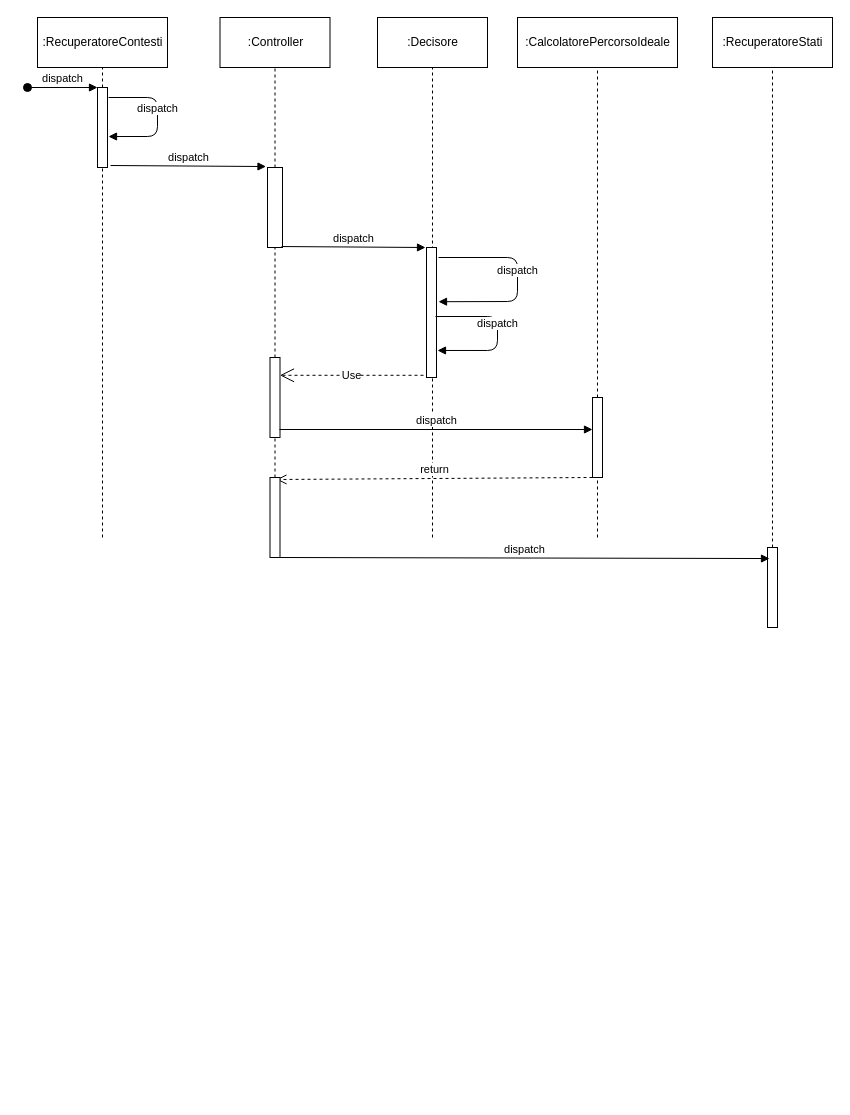
Above: page "Page-4" (4 of 4) of Untitled Diagram.drawio in Sbef98/Microservices-Shop (draw.io), before the change. Source tidied: cells renumbered, new cells numbered last; positions are measured from the earlier drawing's top-left corner, leaving out a move shared by most shapes. Both pictures are drawn from the tidied source at 100%, with x=0, y=0 at pixel (27, 17).
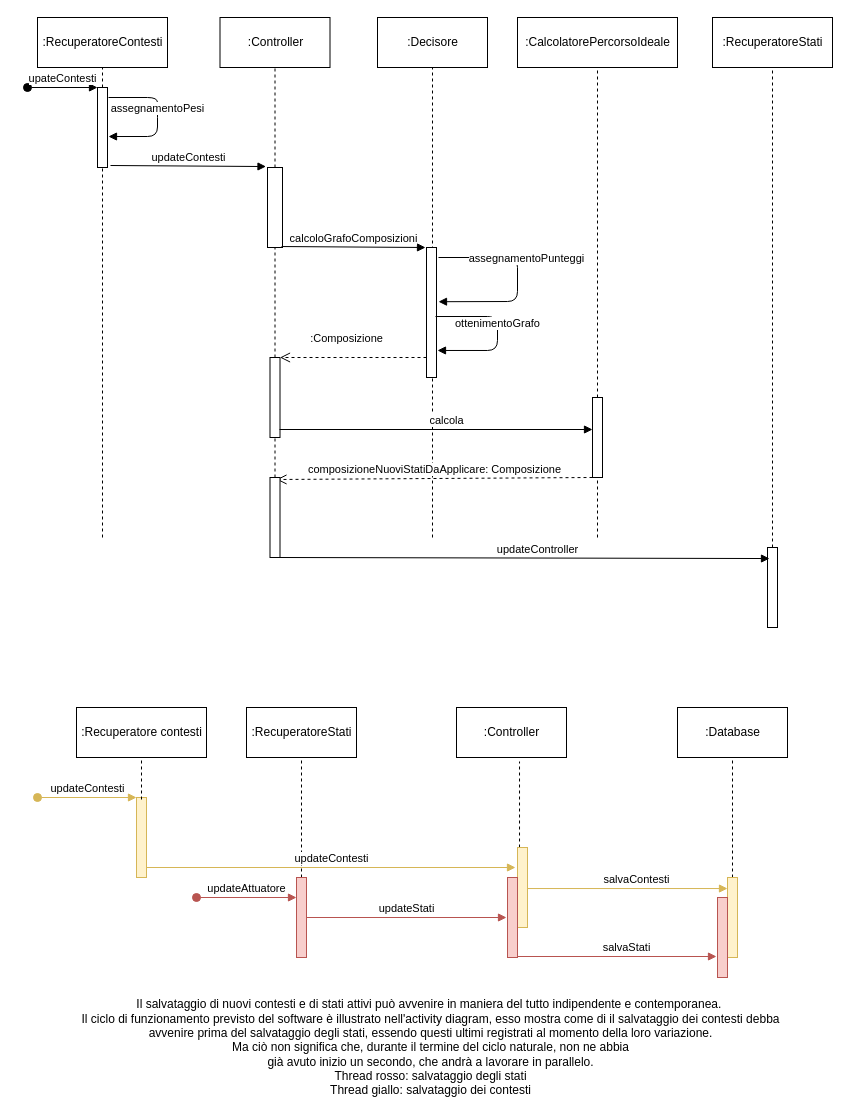
The same diagram, later.

The change refers to these unchanged cells:
```xml
<mxCell id="11" style="html=1;points=[];perimeter=orthogonalPerimeter;" parent="1" vertex="1">
  <mxGeometry x="240" y="150" width="15" height="80" as="geometry" />
</mxCell>
<mxCell id="13" style="html=1;points=[];perimeter=orthogonalPerimeter;" parent="1" vertex="1">
  <mxGeometry x="399" y="230" width="10" height="130" as="geometry" />
</mxCell>
<mxCell id="14" style="html=1;points=[];perimeter=orthogonalPerimeter;" parent="1" vertex="1">
  <mxGeometry x="242.5" y="340" width="10" height="80" as="geometry" />
</mxCell>
<mxCell id="16" style="html=1;points=[];perimeter=orthogonalPerimeter;" parent="1" vertex="1">
  <mxGeometry x="740" y="530" width="10" height="80" as="geometry" />
</mxCell>
<mxCell id="23" style="html=1;points=[];perimeter=orthogonalPerimeter;" parent="1" vertex="1">
  <mxGeometry x="70" y="70" width="10" height="80" as="geometry" />
</mxCell>
<mxCell id="27" style="html=1;points=[];perimeter=orthogonalPerimeter;" parent="1" vertex="1">
  <mxGeometry x="565" y="380" width="10" height="80" as="geometry" />
</mxCell>
<mxCell id="31" style="html=1;points=[];perimeter=orthogonalPerimeter;" parent="1" vertex="1">
  <mxGeometry x="242.5" y="460" width="10" height="80" as="geometry" />
</mxCell>
```

What changed in the source:
```diff
@@
-    <mxCell id="10" value="dispatch" style="html=1;verticalAlign=bottom;startArrow=oval;endArrow=block;startSize=8;" parent="1" edge="1">
+    <mxCell id="10" value="upateContesti" style="html=1;verticalAlign=bottom;startArrow=oval;endArrow=block;startSize=8;" parent="1" edge="1">
       <mxGeometry relative="1" as="geometry">
         <mxPoint y="70" as="sourcePoint" />
         <mxPoint x="70" y="70" as="targetPoint" />
       </mxGeometry>
     </mxCell>
@@
-    <mxCell id="17" value="dispatch" style="html=1;verticalAlign=bottom;endArrow=block;entryX=1.1;entryY=0.613;entryDx=0;entryDy=0;entryPerimeter=0;" parent="1" edge="1" target="23">
+    <mxCell id="17" value="assegnamentoPesi" style="html=1;verticalAlign=bottom;endArrow=block;entryX=1.1;entryY=0.613;entryDx=0;entryDy=0;entryPerimeter=0;" parent="1" edge="1" target="23">
       <mxGeometry relative="1" as="geometry">
         <mxPoint x="81" y="80" as="sourcePoint" />
         <Array as="points">
           <mxPoint x="130" y="80" />
+          <mxPoint x="130" y="90" />
           <mxPoint x="130" y="119" />
         </Array>
       </mxGeometry>
     </mxCell>
-    <mxCell id="18" value="dispatch" style="html=1;verticalAlign=bottom;endArrow=block;entryX=-0.1;entryY=-0.012;entryDx=0;entryDy=0;entryPerimeter=0;exitX=1.3;exitY=0.975;exitDx=0;exitDy=0;exitPerimeter=0;" parent="1" edge="1" source="23" target="11">
+    <mxCell id="18" value="updateContesti" style="html=1;verticalAlign=bottom;endArrow=block;entryX=-0.1;entryY=-0.012;entryDx=0;entryDy=0;entryPerimeter=0;exitX=1.3;exitY=0.975;exitDx=0;exitDy=0;exitPerimeter=0;" parent="1" edge="1" source="23" target="11">
       <mxGeometry relative="1" as="geometry" />
     </mxCell>
-    <mxCell id="19" value="dispatch" style="html=1;verticalAlign=bottom;endArrow=block;entryX=-0.1;entryY=0;entryDx=0;entryDy=0;entryPerimeter=0;exitX=0.933;exitY=0.988;exitDx=0;exitDy=0;exitPerimeter=0;" parent="1" edge="1" source="11" target="13">
+    <mxCell id="19" value="calcoloGrafoComposizioni" style="html=1;verticalAlign=bottom;endArrow=block;entryX=-0.1;entryY=0;entryDx=0;entryDy=0;entryPerimeter=0;exitX=0.933;exitY=0.988;exitDx=0;exitDy=0;exitPerimeter=0;" parent="1" edge="1" source="11" target="13">
       <mxGeometry relative="1" as="geometry" />
     </mxCell>
-    <mxCell id="20" value="dispatch" style="html=1;verticalAlign=bottom;endArrow=block;entryX=1.2;entryY=0.417;entryDx=0;entryDy=0;entryPerimeter=0;" parent="1" edge="1" target="13">
-      <mxGeometry relative="1" as="geometry">
+    <mxCell id="20" value="assegnamentoPunteggi" style="html=1;verticalAlign=bottom;endArrow=block;entryX=1.2;entryY=0.417;entryDx=0;entryDy=0;entryPerimeter=0;" parent="1" edge="1" target="13">
+      <mxGeometry x="-0.22" y="-13" relative="1" as="geometry">
         <mxPoint x="411" y="240" as="sourcePoint" />
         <Array as="points">
           <mxPoint x="490" y="240" />
           <mxPoint x="490" y="284" />
         </Array>
+        <mxPoint x="22" y="10" as="offset" />
       </mxGeometry>
     </mxCell>
-    <mxCell id="21" value="dispatch" style="html=1;verticalAlign=bottom;endArrow=block;entryX=1.1;entryY=0.792;entryDx=0;entryDy=0;entryPerimeter=0;exitX=0.9;exitY=0.531;exitDx=0;exitDy=0;exitPerimeter=0;" parent="1" edge="1" source="13" target="13">
+    <mxCell id="21" value="ottenimentoGrafo" style="html=1;verticalAlign=bottom;endArrow=block;entryX=1.1;entryY=0.792;entryDx=0;entryDy=0;entryPerimeter=0;exitX=0.9;exitY=0.531;exitDx=0;exitDy=0;exitPerimeter=0;" parent="1" edge="1" source="13" target="13">
       <mxGeometry relative="1" as="geometry">
         <Array as="points">
           <mxPoint x="470" y="299" />
           <mxPoint x="470" y="333" />
         </Array>
       </mxGeometry>
     </mxCell>
-    <mxCell id="22" value="Use" style="endArrow=open;endSize=12;dashed=1;html=1;exitX=-0.3;exitY=0.983;exitDx=0;exitDy=0;exitPerimeter=0;" parent="1" edge="1" source="13" target="14">
-      <mxGeometry relative="1" as="geometry" />
-    </mxCell>
@@
-    <mxCell id="29" value="dispatch" style="html=1;verticalAlign=bottom;endArrow=block;entryX=0;entryY=0.4;entryDx=0;entryDy=0;entryPerimeter=0;exitX=0.95;exitY=0.9;exitDx=0;exitDy=0;exitPerimeter=0;" parent="1" edge="1" source="14" target="27">
-      <mxGeometry relative="1" as="geometry" />
+    <mxCell id="29" value="calcola" style="html=1;verticalAlign=bottom;endArrow=block;entryX=0;entryY=0.4;entryDx=0;entryDy=0;entryPerimeter=0;exitX=0.95;exitY=0.9;exitDx=0;exitDy=0;exitPerimeter=0;" parent="1" edge="1" source="14" target="27">
+      <mxGeometry x="0.07" relative="1" as="geometry" />
     </mxCell>
-    <mxCell id="30" value="return" style="html=1;verticalAlign=bottom;endArrow=open;dashed=1;endSize=8;exitX=0;exitY=1;exitDx=0;exitDy=0;exitPerimeter=0;entryX=0.65;entryY=0.025;entryDx=0;entryDy=0;entryPerimeter=0;" parent="1" edge="1" source="27" target="31">
+    <mxCell id="30" value="composizioneNuoviStatiDaApplicare: Composizione" style="html=1;verticalAlign=bottom;endArrow=open;dashed=1;endSize=8;exitX=0;exitY=1;exitDx=0;exitDy=0;exitPerimeter=0;entryX=0.65;entryY=0.025;entryDx=0;entryDy=0;entryPerimeter=0;" parent="1" edge="1" source="27" target="31">
       <mxGeometry relative="1" as="geometry" />
     </mxCell>
@@
-    <mxCell id="32" value="dispatch" style="html=1;verticalAlign=bottom;endArrow=block;entryX=0.2;entryY=0.138;entryDx=0;entryDy=0;entryPerimeter=0;" parent="1" edge="1" target="16">
-      <mxGeometry relative="1" as="geometry">
+    <mxCell id="32" value="updateController" style="html=1;verticalAlign=bottom;endArrow=block;entryX=0.2;entryY=0.138;entryDx=0;entryDy=0;entryPerimeter=0;" parent="1" edge="1" target="16">
+      <mxGeometry x="0.05" relative="1" as="geometry">
         <mxPoint x="252.5" y="540" as="sourcePoint" />
+        <mxPoint x="1" as="offset" />
       </mxGeometry>
     </mxCell>
+    <mxCell id="33" value=":Recuperatore contesti" style="html=1;" parent="1" vertex="1">
+      <mxGeometry x="49" y="690" width="130" height="50" as="geometry" />
+    </mxCell>
+    <mxCell id="34" value=":RecuperatoreStati" style="html=1;" parent="1" vertex="1">
+      <mxGeometry x="219" y="690" width="110" height="50" as="geometry" />
+    </mxCell>
+    <mxCell id="35" value=":Controller" style="html=1;" parent="1" vertex="1">
+      <mxGeometry x="429" y="690" width="110" height="50" as="geometry" />
+    </mxCell>
+    <mxCell id="36" value=":Database" style="html=1;" parent="1" vertex="1">
+      <mxGeometry x="650" y="690" width="110" height="50" as="geometry" />
+    </mxCell>
+    <mxCell id="37" style="endArrow=none;dashed=1;html=1;entryX=0.5;entryY=1;entryDx=0;entryDy=0;" parent="1" edge="1" source="44" target="34">
+      <mxGeometry relative="1" as="geometry" />
+    </mxCell>
+    <mxCell id="38" style="endArrow=none;dashed=1;html=1;entryX=0.573;entryY=1.08;entryDx=0;entryDy=0;entryPerimeter=0;" parent="1" edge="1" source="49" target="35">
+      <mxGeometry relative="1" as="geometry" />
+    </mxCell>
+    <mxCell id="39" style="endArrow=none;dashed=1;html=1;entryX=0.5;entryY=1;entryDx=0;entryDy=0;" parent="1" edge="1" source="42" target="36">
+      <mxGeometry relative="1" as="geometry" />
+    </mxCell>
+    <mxCell id="40" style="html=1;points=[];perimeter=orthogonalPerimeter;fillColor=#fff2cc;strokeColor=#d6b656;" parent="1" vertex="1">
+      <mxGeometry x="109" y="780" width="10" height="80" as="geometry" />
+    </mxCell>
+    <mxCell id="41" value="updateContesti" style="html=1;verticalAlign=bottom;startArrow=oval;endArrow=block;startSize=8;fillColor=#fff2cc;strokeColor=#d6b656;" parent="1" edge="1" target="40">
+      <mxGeometry relative="1" as="geometry">
+        <mxPoint x="10" y="780" as="sourcePoint" />
+      </mxGeometry>
+    </mxCell>
+    <mxCell id="42" style="html=1;points=[];perimeter=orthogonalPerimeter;fillColor=#fff2cc;strokeColor=#d6b656;" parent="1" vertex="1">
+      <mxGeometry x="700" y="860" width="10" height="80" as="geometry" />
+    </mxCell>
+    <mxCell id="43" value="updateAttuatore" style="html=1;verticalAlign=bottom;startArrow=oval;endArrow=block;startSize=8;fillColor=#f8cecc;strokeColor=#b85450;" parent="1" edge="1" target="44">
+      <mxGeometry relative="1" as="geometry">
+        <mxPoint x="169" y="880" as="sourcePoint" />
+      </mxGeometry>
+    </mxCell>
+    <mxCell id="44" style="html=1;points=[];perimeter=orthogonalPerimeter;fillColor=#f8cecc;strokeColor=#b85450;" parent="1" vertex="1">
+      <mxGeometry x="269" y="860" width="10" height="80" as="geometry" />
+    </mxCell>
+    <mxCell id="45" value="updateContesti" style="html=1;verticalAlign=bottom;endArrow=block;entryX=-0.2;entryY=0.25;entryDx=0;entryDy=0;entryPerimeter=0;fillColor=#fff2cc;strokeColor=#d6b656;" parent="1" edge="1" target="49">
+      <mxGeometry relative="1" as="geometry">
+        <mxPoint x="119" y="850" as="sourcePoint" />
+      </mxGeometry>
+    </mxCell>
+    <mxCell id="46" value="updateStati" style="html=1;verticalAlign=bottom;endArrow=block;fillColor=#f8cecc;strokeColor=#b85450;" parent="1" edge="1">
+      <mxGeometry relative="1" as="geometry">
+        <mxPoint x="279" y="900" as="sourcePoint" />
+        <mxPoint x="479" y="900" as="targetPoint" />
+      </mxGeometry>
+    </mxCell>
+    <mxCell id="47" value="salvaContesti" style="html=1;verticalAlign=bottom;endArrow=block;entryX=0;entryY=0.138;entryDx=0;entryDy=0;entryPerimeter=0;fillColor=#fff2cc;strokeColor=#d6b656;" parent="1" edge="1" source="49" target="42">
+      <mxGeometry x="0.09" relative="1" as="geometry" />
+    </mxCell>
+    <mxCell id="48" style="endArrow=none;dashed=1;html=1;entryX=0.5;entryY=1;entryDx=0;entryDy=0;" parent="1" edge="1" target="33">
+      <mxGeometry relative="1" as="geometry">
+        <mxPoint x="114" y="782" as="sourcePoint" />
+      </mxGeometry>
+    </mxCell>
+    <mxCell id="49" style="html=1;points=[];perimeter=orthogonalPerimeter;fillColor=#fff2cc;strokeColor=#d6b656;" parent="1" vertex="1">
+      <mxGeometry x="490" y="830" width="10" height="80" as="geometry" />
+    </mxCell>
+    <mxCell id="50" style="html=1;perimeter=orthogonalPerimeter;fillColor=#f8cecc;strokeColor=#b85450;" parent="1" vertex="1">
+      <mxGeometry x="480" y="860" width="10" height="80" as="geometry" />
+    </mxCell>
+    <mxCell id="51" style="html=1;perimeter=orthogonalPerimeter;fillColor=#f8cecc;strokeColor=#b85450;" parent="1" vertex="1">
+      <mxGeometry x="690" y="880" width="10" height="80" as="geometry" />
+    </mxCell>
+    <mxCell id="52" value="salvaStati" style="html=1;verticalAlign=bottom;endArrow=block;fillColor=#f8cecc;strokeColor=#b85450;" parent="1" edge="1">
+      <mxGeometry x="0.1" relative="1" as="geometry">
+        <mxPoint x="490" y="939" as="sourcePoint" />
+        <mxPoint x="689" y="939" as="targetPoint" />
+      </mxGeometry>
+    </mxCell>
+    <mxCell id="53" value="&lt;div&gt;Il salvataggio di nuovi contesti e di stati attivi può avvenire in maniera del tutto indipendente e contemporanea.&amp;nbsp; &lt;br&gt;Il ciclo di funzionamento previsto del software è illustrato nell'activity diagram, esso mostra come di il salvataggio dei contesti debba&lt;/div&gt;&lt;div&gt; avvenire prima del salvataggio degli stati, essendo questi ultimi registrati al momento della loro variazione. &lt;br&gt;&lt;/div&gt;&lt;div&gt;Ma ciò non significa che, durante il termine del ciclo naturale, non ne abbia&lt;/div&gt;&lt;div&gt;già avuto inizio un secondo, che andrà a lavorare in parallelo.&lt;br&gt;Thread rosso: salvataggio degli stati&lt;br&gt;Thread giallo: salvataggio dei contesti&lt;br&gt;&lt;/div&gt;" style="text;html=1;align=center;verticalAlign=middle;" parent="1" vertex="1">
+      <mxGeometry x="28" y="980" width="750" height="100" as="geometry" />
+    </mxCell>
+    <mxCell id="54" value=":Composizione" style="html=1;verticalAlign=bottom;endArrow=open;dashed=1;endSize=8;" parent="1" edge="1" target="14">
+      <mxGeometry x="0.09" y="-10" relative="1" as="geometry">
+        <mxPoint x="399" y="340" as="sourcePoint" />
+        <Array as="points">
+          <mxPoint x="329" y="340" />
+        </Array>
+      </mxGeometry>
+    </mxCell>
```
